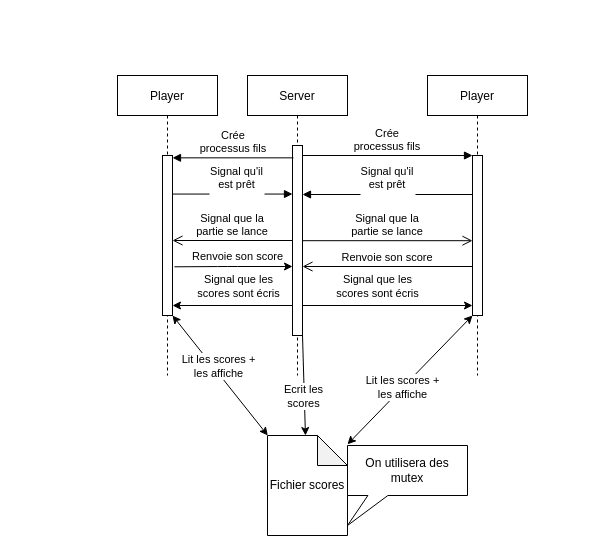
Lafie-rage/PRS_Projet_BrickBreaker_BR keeps this draw.io diagram as Graphe de séquence.drawio. Above is the earlier version. Source tidied: cells renumbered, new cells numbered last; positions are measured from the earlier drawing's top-left corner, leaving out a move shared by most shapes. Both pictures are drawn from the tidied source at 100%, with x=0, y=0 at pixel (117, 75).
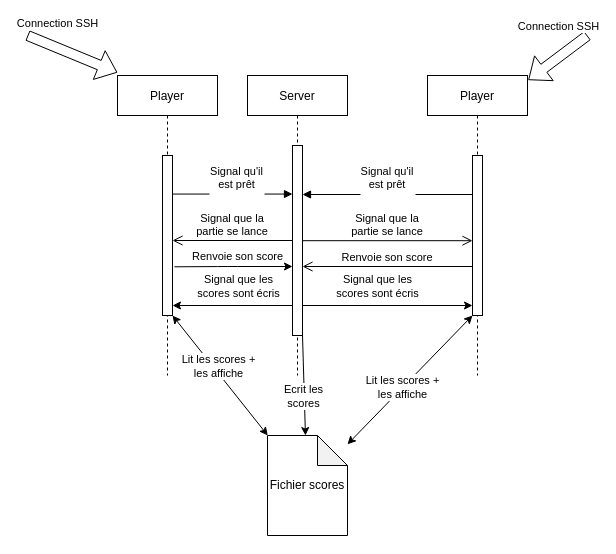
The same diagram, later.

Commit message:
Updating the communication diagram

The change refers to these unchanged cells:
```xml
<mxCell id="3" style="points=[];perimeter=orthogonalPerimeter;rounded=0;shadow=0;strokeWidth=1;" parent="2" vertex="1">
  <mxGeometry x="45" y="70" width="10" height="190" as="geometry" />
</mxCell>
<mxCell id="4" value="Player" style="shape=umlLifeline;perimeter=lifelinePerimeter;rounded=0;shadow=0;strokeWidth=1;" parent="1" vertex="1">
  <mxGeometry x="310" width="100" height="300" as="geometry" />
</mxCell>
<mxCell id="5" style="points=[];perimeter=orthogonalPerimeter;rounded=0;shadow=0;strokeWidth=1;" parent="4" vertex="1">
  <mxGeometry x="45" y="80" width="10" height="160" as="geometry" />
</mxCell>
<mxCell id="10" value="Player" style="shape=umlLifeline;perimeter=lifelinePerimeter;rounded=0;shadow=0;strokeWidth=1;" parent="1" vertex="1">
  <mxGeometry width="100" height="300" as="geometry" />
</mxCell>
<mxCell id="11" style="points=[];perimeter=orthogonalPerimeter;rounded=0;shadow=0;strokeWidth=1;" parent="10" vertex="1">
  <mxGeometry x="45" y="80" width="10" height="160" as="geometry" />
</mxCell>
```

Change to the diagram source:
```diff
@@
-    <mxCell id="7" value="Crée&#10;processus fils" style="verticalAlign=bottom;endArrow=block;entryX=0;entryY=0;shadow=0;strokeWidth=1;" parent="1" edge="1" source="3" target="5">
-      <mxGeometry relative="1" as="geometry" />
-    </mxCell>
@@
-    <mxCell id="15" value="Crée&#10;processus fils" style="verticalAlign=bottom;endArrow=block;shadow=0;strokeWidth=1;exitX=0.095;exitY=0.065;exitDx=0;exitDy=0;exitPerimeter=0;" parent="1" edge="1" source="3" target="11">
-      <mxGeometry relative="1" as="geometry" />
-    </mxCell>
@@
-    <mxCell id="26" value="&lt;div&gt;On utilisera des mutex&lt;br&gt;&lt;/div&gt;" style="shape=callout;whiteSpace=wrap;html=1;perimeter=calloutPerimeter;rotation=0;position2=0;size=30;position=0.17;" parent="1" vertex="1">
-      <mxGeometry x="230" y="370" width="120" height="80" as="geometry" />
-    </mxCell>
@@
+    <mxCell id="29" style="shape=flexArrow;endArrow=classic;html=1;entryX=-0.002;entryY=-0.01;entryDx=0;entryDy=0;entryPerimeter=0;" parent="1" edge="1" target="10">
+      <mxGeometry relative="1" as="geometry">
+        <mxPoint x="-90" y="-40" as="sourcePoint" />
+      </mxGeometry>
+    </mxCell>
+    <mxCell id="30" value="Connection SSH" style="edgeLabel;html=1;align=center;verticalAlign=middle;" parent="29" vertex="1">
+      <mxGeometry x="-0.41" y="1" relative="1" as="geometry">
+        <mxPoint x="2.8" y="-23.1" as="offset" />
+      </mxGeometry>
+    </mxCell>
+    <mxCell id="31" style="shape=flexArrow;endArrow=classic;html=1;entryX=1.008;entryY=0.015;entryDx=0;entryDy=0;entryPerimeter=0;" parent="1" edge="1" target="4">
+      <mxGeometry relative="1" as="geometry">
+        <mxPoint x="470" y="-40" as="sourcePoint" />
+      </mxGeometry>
+    </mxCell>
+    <mxCell id="32" value="&lt;div&gt;Connection SSH&lt;/div&gt;" style="edgeLabel;html=1;align=center;verticalAlign=middle;" parent="31" vertex="1">
+      <mxGeometry x="-0.45" y="-3" relative="1" as="geometry">
+        <mxPoint x="-12.2" y="-19.6" as="offset" />
+      </mxGeometry>
+    </mxCell>
```
